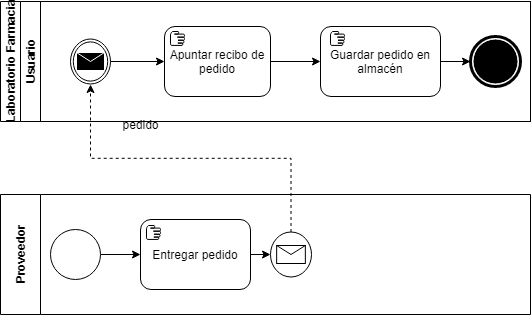
Before: Imágenes BPMN/RecibirPedidoBPMN-Actual.png, a diagram exported from draw.io (Franbr31/IR-project). Source tidied: cells renumbered, new cells last; positions are measured from the earlier drawing's top-left corner, leaving out a move shared by most shapes.
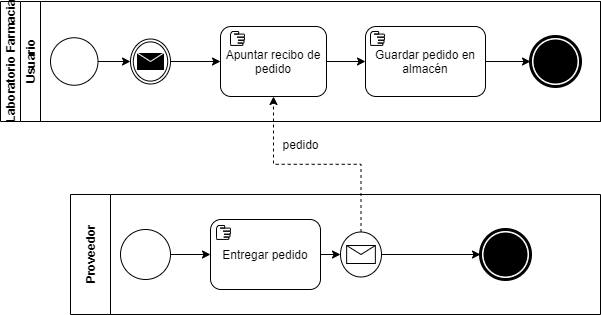
After the commit.

The edit, as a diff of the source:
```diff
@@ -3,38 +3,44 @@
     <mxCell id="0" />
     <mxCell id="1" parent="0" />
     <mxCell id="2" value="Laboratorio Farmacia" style="swimlane;html=1;horizontal=0;startSize=20;" parent="1" vertex="1">
-      <mxGeometry width="530" height="120" as="geometry" />
+      <mxGeometry x="-70" width="600" height="120" as="geometry" />
     </mxCell>
     <mxCell id="3" value="Usuario" style="swimlane;html=1;startSize=20;horizontal=0;" parent="2" vertex="1">
-      <mxGeometry x="20" width="510" height="120" as="geometry" />
+      <mxGeometry x="20" width="580" height="120" as="geometry" />
     </mxCell>
     <mxCell id="4" style="shape=mxgraph.bpmn.shape;html=1;verticalLabelPosition=bottom;labelBackgroundColor=#ffffff;verticalAlign=top;align=center;perimeter=ellipsePerimeter;outlineConnect=0;outline=throwing;symbol=message;" parent="3" vertex="1">
-      <mxGeometry x="50" y="37.5" width="40" height="45" as="geometry" />
+      <mxGeometry x="110" y="37.5" width="40" height="45" as="geometry" />
     </mxCell>
     <mxCell id="5" value="Apuntar recibo de pedido" style="shape=ext;rounded=1;html=1;whiteSpace=wrap;" parent="3" vertex="1">
-      <mxGeometry x="144" y="25" width="106" height="70" as="geometry" />
+      <mxGeometry x="200" y="25" width="106" height="70" as="geometry" />
     </mxCell>
     <mxCell id="6" style="edgeStyle=orthogonalEdgeStyle;rounded=0;jettySize=auto;html=1;entryX=0;entryY=0.5;entryDx=0;entryDy=0;" parent="3" edge="1" source="4" target="5">
       <mxGeometry relative="1" as="geometry" />
     </mxCell>
-    <mxCell id="7" style="edgeStyle=orthogonalEdgeStyle;rounded=0;jettySize=auto;html=1;" parent="3" edge="1" source="8" target="11">
+    <mxCell id="7" style="edgeStyle=orthogonalEdgeStyle;rounded=0;jettySize=auto;html=1;exitX=1;exitY=0.5;exitDx=0;exitDy=0;" parent="3" edge="1" source="8" target="11">
       <mxGeometry relative="1" as="geometry" />
     </mxCell>
     <mxCell id="8" value="Guardar pedido en almacén" style="shape=ext;rounded=1;html=1;whiteSpace=wrap;" parent="3" vertex="1">
-      <mxGeometry x="300" y="25" width="120" height="70" as="geometry" />
+      <mxGeometry x="345" y="25" width="120" height="70" as="geometry" />
     </mxCell>
-    <mxCell id="9" style="edgeStyle=orthogonalEdgeStyle;rounded=0;jettySize=auto;html=1;entryX=0;entryY=0.5;entryDx=0;entryDy=0;" parent="3" edge="1" source="5" target="8">
+    <mxCell id="9" style="edgeStyle=orthogonalEdgeStyle;rounded=0;jettySize=auto;html=1;exitX=1;exitY=0.5;exitDx=0;exitDy=0;entryX=0;entryY=0.5;entryDx=0;entryDy=0;" parent="3" edge="1" source="5" target="8">
       <mxGeometry relative="1" as="geometry" />
     </mxCell>
     <mxCell id="10" style="shape=mxgraph.bpmn.manual_task;html=1;" parent="3" vertex="1">
-      <mxGeometry x="150" y="30" width="14" height="14" as="geometry" />
+      <mxGeometry x="210" y="30" width="14" height="14" as="geometry" />
     </mxCell>
     <mxCell id="11" style="shape=mxgraph.bpmn.shape;html=1;verticalLabelPosition=bottom;labelBackgroundColor=#ffffff;verticalAlign=top;align=center;perimeter=ellipsePerimeter;outlineConnect=0;outline=end;symbol=terminate;" parent="3" vertex="1">
-      <mxGeometry x="450" y="35" width="50" height="50" as="geometry" />
+      <mxGeometry x="510" y="35" width="50" height="50" as="geometry" />
     </mxCell>
     <mxCell id="12" style="shape=mxgraph.bpmn.manual_task;html=1;" parent="3" vertex="1">
-      <mxGeometry x="310" y="30" width="14" height="14" as="geometry" />
+      <mxGeometry x="350" y="30" width="14" height="14" as="geometry" />
     </mxCell>
+    <mxCell id="22" style="edgeStyle=orthogonalEdgeStyle;rounded=0;jettySize=auto;html=1;exitX=1;exitY=0.5;exitDx=0;exitDy=0;entryX=0;entryY=0.5;entryDx=0;entryDy=0;" parent="3" edge="1" source="23" target="4">
+      <mxGeometry relative="1" as="geometry" />
+    </mxCell>
+    <mxCell id="23" style="ellipse;whiteSpace=wrap;html=1;" parent="3" vertex="1">
+      <mxGeometry x="30" y="36.2" width="47.5" height="47.5" as="geometry" />
+    </mxCell>
     <mxCell id="13" value="Proveedor" style="swimlane;html=1;startSize=40;horizontal=0;" parent="1" vertex="1">
       <mxGeometry y="193" width="530" height="120" as="geometry" />
     </mxCell>
@@ -53,16 +59,20 @@
     <mxCell id="18" style="shape=mxgraph.bpmn.manual_task;html=1;" parent="13" vertex="1">
       <mxGeometry x="146" y="31" width="14" height="14" as="geometry" />
     </mxCell>
+    <mxCell id="24" style="edgeStyle=orthogonalEdgeStyle;rounded=0;jettySize=auto;html=1;exitX=1;exitY=0.5;exitDx=0;exitDy=0;entryX=0;entryY=0.5;entryDx=0;entryDy=0;" parent="13" edge="1" source="19" target="25">
+      <mxGeometry relative="1" as="geometry" />
+    </mxCell>
     <mxCell id="19" style="shape=mxgraph.bpmn.shape;html=1;verticalLabelPosition=bottom;labelBackgroundColor=#ffffff;verticalAlign=top;align=center;perimeter=ellipsePerimeter;outlineConnect=0;outline=standard;symbol=message;" parent="13" vertex="1">
       <mxGeometry x="270" y="37.5" width="41" height="45" as="geometry" />
     </mxCell>
+    <mxCell id="25" style="shape=mxgraph.bpmn.shape;html=1;verticalLabelPosition=bottom;labelBackgroundColor=#ffffff;verticalAlign=top;align=center;perimeter=ellipsePerimeter;outlineConnect=0;outline=end;symbol=terminate;" parent="13" vertex="1">
+      <mxGeometry x="410" y="35" width="50" height="50" as="geometry" />
+    </mxCell>
-    <mxCell id="20" style="edgeStyle=orthogonalEdgeStyle;rounded=0;jettySize=auto;html=1;exitX=0.5;exitY=0;exitDx=0;exitDy=0;dashed=1;" parent="1" edge="1" source="19">
-      <mxGeometry relative="1" as="geometry">
-        <mxPoint x="90" y="83" as="targetPoint" />
-      </mxGeometry>
+    <mxCell id="20" style="edgeStyle=orthogonalEdgeStyle;rounded=0;jettySize=auto;html=1;exitX=0.5;exitY=0;exitDx=0;exitDy=0;dashed=1;entryX=0.5;entryY=1;entryDx=0;entryDy=0;" parent="1" edge="1" source="19" target="5">
+      <mxGeometry relative="1" as="geometry" />
     </mxCell>
     <mxCell id="21" value="pedido" style="text;html=1;align=center;verticalAlign=middle;" parent="1" vertex="1">
-      <mxGeometry x="115" y="113" width="50" height="20" as="geometry" />
+      <mxGeometry x="205" y="133" width="50" height="20" as="geometry" />
     </mxCell>
   </root>
 </mxGraphModel>
```
